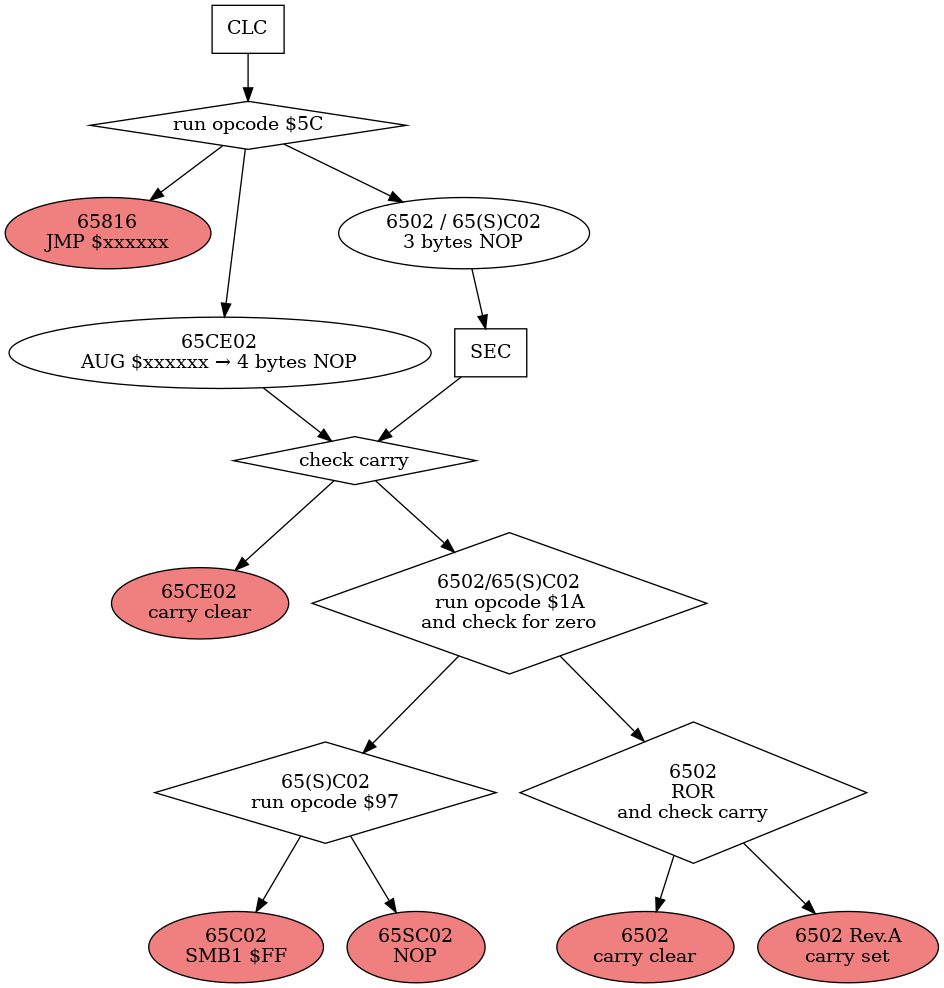
Above: doc/cpu_detect_flowchart.png in SvOlli/sorbus (Graphviz), before the change. Its source is kept beside it as doc/cpu_detect_flowchart.dot. Its diagram source:
```dot

cd "$(dirname "${0}")"

dot -Tpng >"$(basename "${0}" .dot).png" <<EOF

digraph D {

   IS6502   [style=filled fillcolor=lightcoral label="6502\\ncarry clear"]
   IS6502RA [style=filled fillcolor=lightcoral label="6502 Rev.A\\ncarry set"]
   IS65C02  [style=filled fillcolor=lightcoral label="65C02\\nSMB1 \$FF"]
   IS65SC02 [style=filled fillcolor=lightcoral label="65SC02\\nNOP"]
   IS65816  [style=filled fillcolor=lightcoral label="65816\\nJMP \$xxxxxx"]
   IS65CE02 [style=filled fillcolor=lightcoral label="65CE02\\ncarry clear"]

   CLC       [shape=box label="CLC"]
   RUN65CE02 [label="65CE02\\nAUG \$xxxxxx → 4 bytes NOP"]
   RUNREST1  [label="6502 / 65(S)C02\\n3 bytes NOP"]
   SEC       [shape=box label="SEC"]
   RUN5C     [shape=diamond label="run opcode \$5C"]
   CHECK5C   [shape=diamond label="check carry"]
   RUN1A     [shape=diamond label="6502/65(S)C02\\nrun opcode \$1A\\nand check for zero"]
   RUN97     [shape=diamond label="65(S)C02\\nrun opcode \$97"]
   ROR       [shape=diamond label="6502\\nROR\\nand check carry"]

   CLC -> RUN5C
   RUN5C -> RUNREST1
   RUN5C -> RUN65CE02
   RUN5C -> IS65816
   RUN65CE02 -> CHECK5C
   RUNREST1 -> SEC
   SEC -> CHECK5C
   CHECK5C -> IS65CE02
   CHECK5C -> RUN1A
   RUN1A -> ROR
   RUN1A -> RUN97
   ROR -> IS6502
   ROR -> IS6502RA
   RUN97 -> IS65C02
   RUN97 -> IS65SC02

}
EOF
```
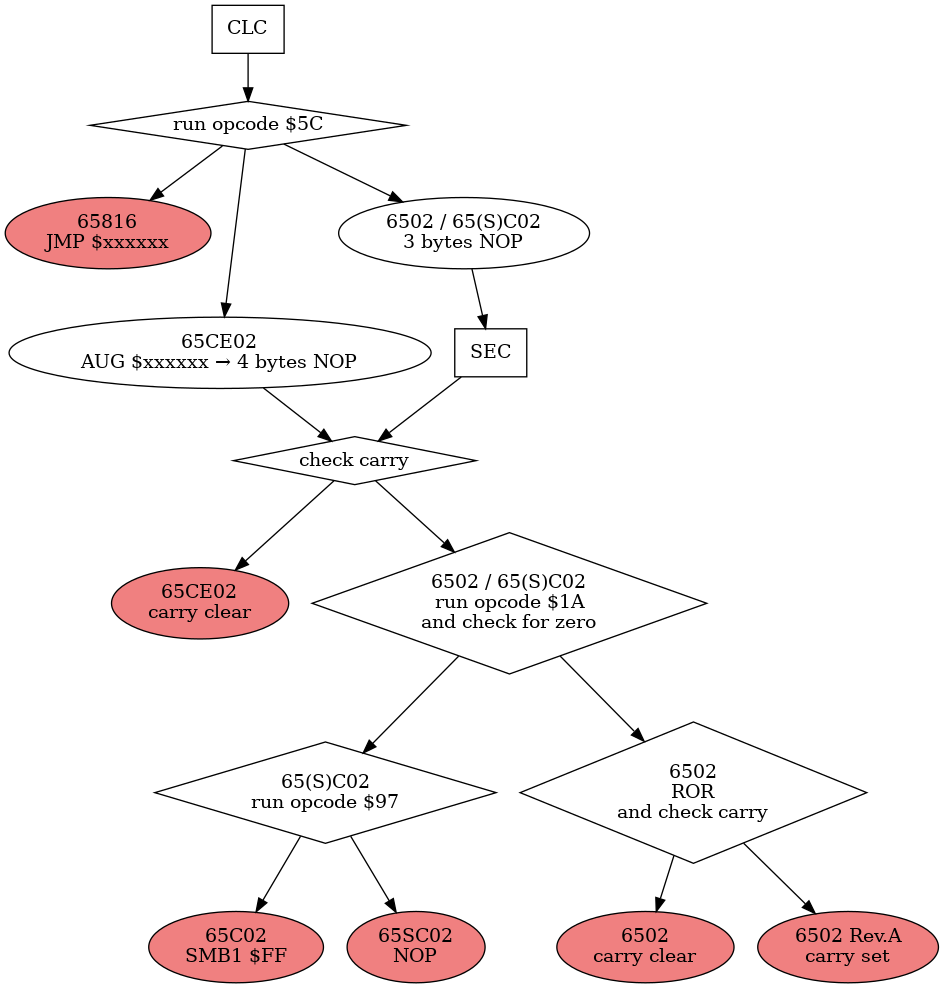
After the change.

What changed in the source:
```diff
@@ -18,7 +18,7 @@
    SEC       [shape=box label="SEC"]
    RUN5C     [shape=diamond label="run opcode \$5C"]
    CHECK5C   [shape=diamond label="check carry"]
-   RUN1A     [shape=diamond label="6502/65(S)C02\\nrun opcode \$1A\\nand check for zero"]
+   RUN1A     [shape=diamond label="6502 / 65(S)C02\\nrun opcode \$1A\\nand check for zero"]
    RUN97     [shape=diamond label="65(S)C02\\nrun opcode \$97"]
    ROR       [shape=diamond label="6502\\nROR\\nand check carry"]
 
```
